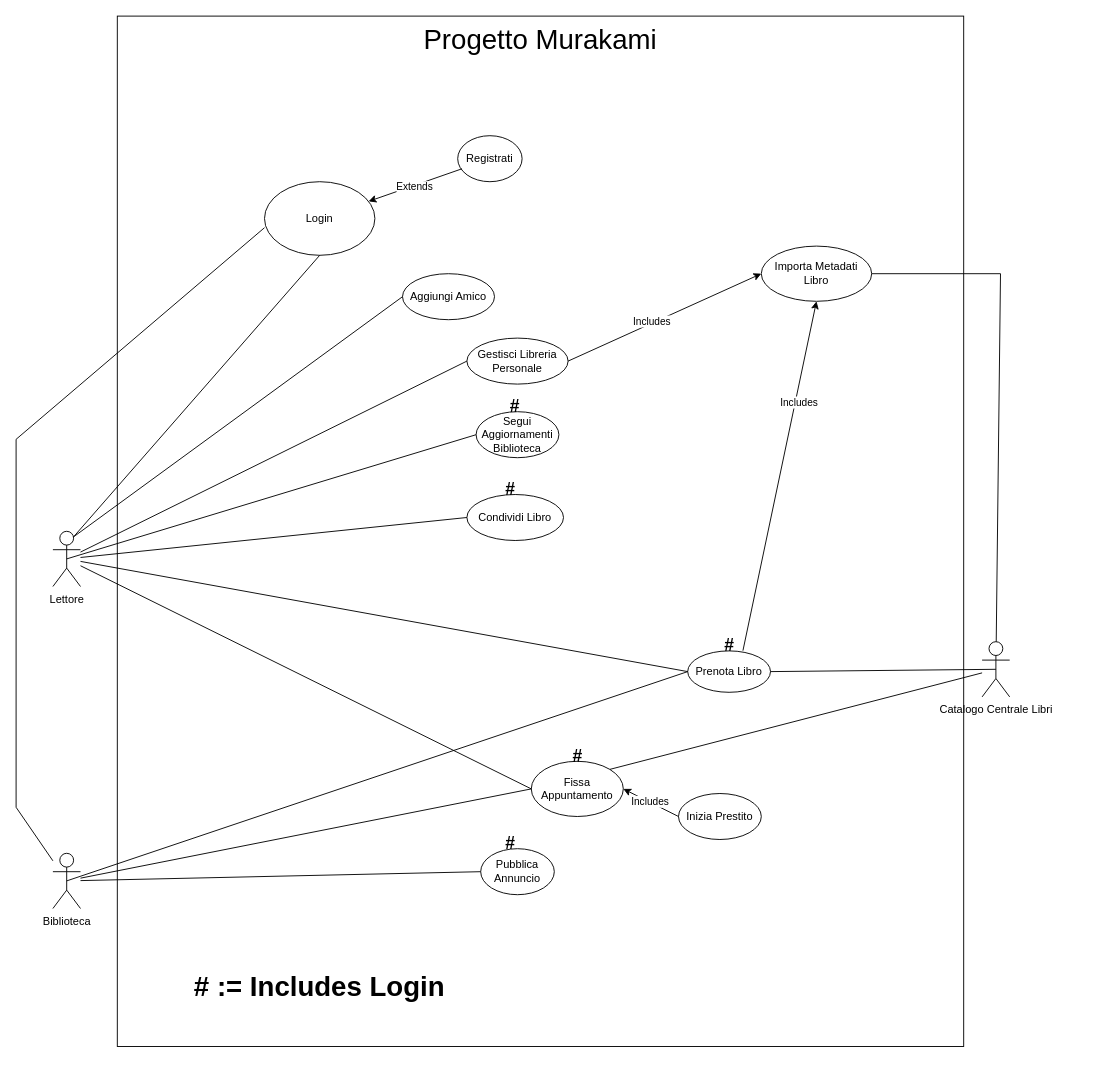
Tom-n7/progettoMurakami keeps this draw.io diagram as page "UC Diagram Attuale" (1 of 2) of Casi d'uso/Diagrammi/Diagramma casi d'uso.drawio. Above is the earlier version. Source tidied: cells renumbered, new cells numbered last; positions are measured from the earlier drawing's top-left corner, leaving out a move shared by most shapes. Both pictures are drawn from the tidied source at 92%, with x=0, y=0 at pixel (16, 16).
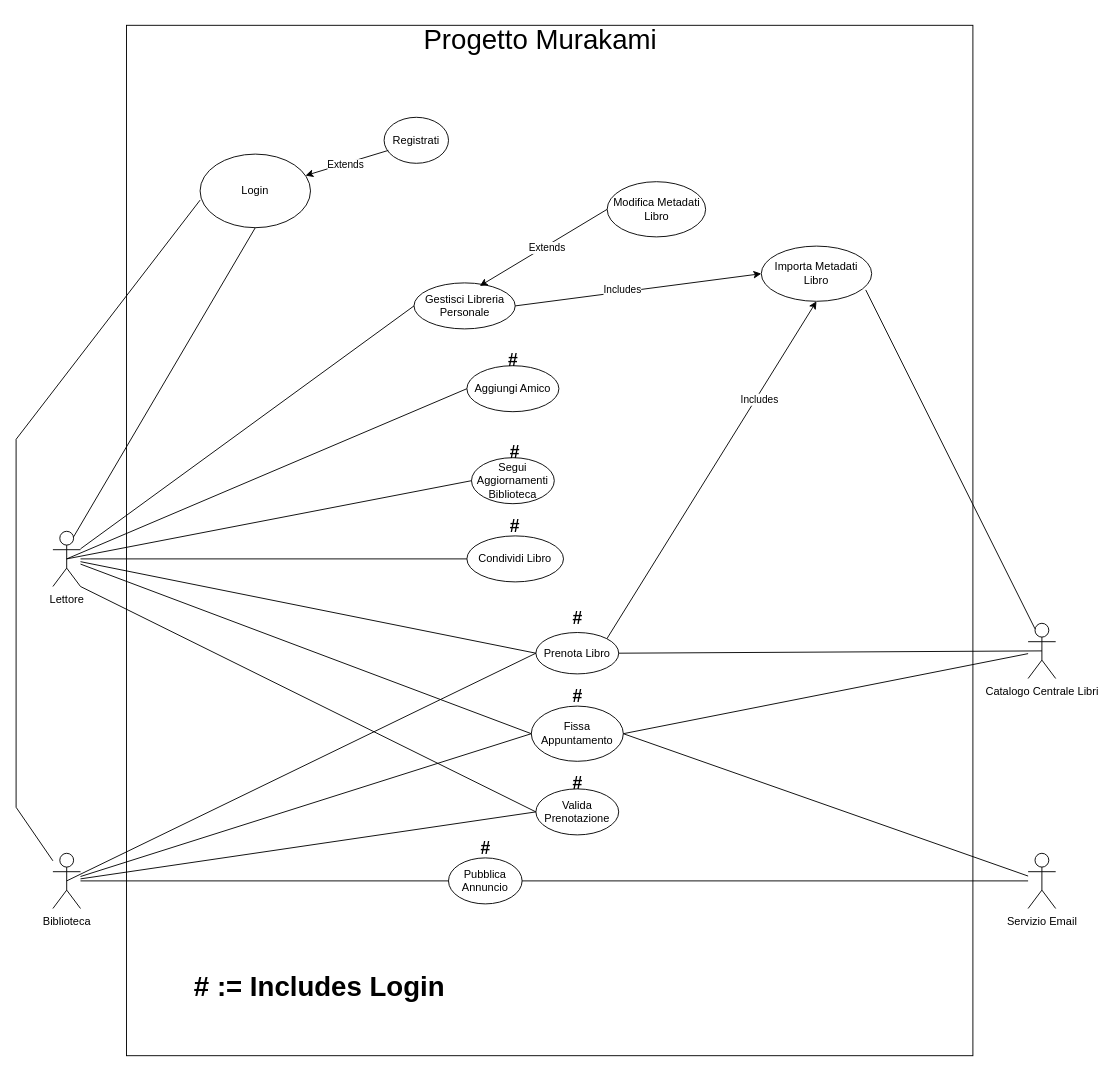
The same page after the edit.

The change refers to these unchanged cells:
```xml
<mxCell id="3" value="&lt;div&gt;Lettore&lt;/div&gt;&lt;div&gt;&lt;br&gt;&lt;/div&gt;" style="shape=umlActor;verticalLabelPosition=bottom;verticalAlign=top;html=1;outlineConnect=0;" parent="1" vertex="1">
  <mxGeometry x="40" y="560" width="30" height="60" as="geometry" />
</mxCell>
<mxCell id="5" value="Biblioteca" style="shape=umlActor;verticalLabelPosition=bottom;verticalAlign=top;html=1;outlineConnect=0;" parent="1" vertex="1">
  <mxGeometry x="40" y="910" width="30" height="60" as="geometry" />
</mxCell>
<mxCell id="13" value="Importa Metadati Libro" style="ellipse;whiteSpace=wrap;html=1;" parent="1" vertex="1">
  <mxGeometry x="810" y="250" width="120" height="60" as="geometry" />
</mxCell>
```

The edit, as a diff of the source:
```diff
@@
     <mxCell id="2" style="rounded=0;whiteSpace=wrap;html=1;" parent="1" vertex="1">
-      <mxGeometry x="110" width="920" height="1120" as="geometry" />
+      <mxGeometry x="120" y="10" width="920" height="1120" as="geometry" />
     </mxCell>
@@
     <mxCell id="4" value="Catalogo Centrale Libri" style="shape=umlActor;verticalLabelPosition=bottom;verticalAlign=top;html=1;outlineConnect=0;" parent="1" vertex="1">
-      <mxGeometry x="1050" y="680" width="30" height="60" as="geometry" />
+      <mxGeometry x="1100" y="660" width="30" height="60" as="geometry" />
     </mxCell>
@@
     <mxCell id="6" value="&lt;font&gt;Gestisci Libreria Personale&lt;/font&gt;" style="ellipse;whiteSpace=wrap;html=1;" parent="1" vertex="1">
-      <mxGeometry x="490" y="350" width="110" height="50" as="geometry" />
+      <mxGeometry x="432.5" y="290" width="110" height="50" as="geometry" />
     </mxCell>
@@
     <mxCell id="8" value="Segui Aggiornamenti Biblioteca" style="ellipse;whiteSpace=wrap;html=1;" parent="1" vertex="1">
-      <mxGeometry x="500" y="430" width="90" height="50" as="geometry" />
+      <mxGeometry x="495" y="480" width="90" height="50" as="geometry" />
     </mxCell>
@@
     <mxCell id="10" value="Condividi Libro" style="ellipse;whiteSpace=wrap;html=1;" parent="1" vertex="1">
-      <mxGeometry x="490" y="520" width="105" height="50" as="geometry" />
+      <mxGeometry x="490" y="565" width="105" height="50" as="geometry" />
     </mxCell>
@@
     <mxCell id="12" value="Aggiungi Amico" style="ellipse;whiteSpace=wrap;html=1;" parent="1" vertex="1">
-      <mxGeometry x="420" y="280" width="100" height="50" as="geometry" />
+      <mxGeometry x="490" y="380" width="100" height="50" as="geometry" />
     </mxCell>
@@
-    <mxCell id="14" style="endArrow=none;html=1;rounded=0;exitX=1;exitY=0.5;exitDx=0;exitDy=0;" parent="1" edge="1" source="13" target="4">
-      <mxGeometry relative="1" as="geometry">
-        <Array as="points">
-          <mxPoint x="1070" y="280" />
-        </Array>
-      </mxGeometry>
-    </mxCell>
     <mxCell id="15" value="Prenota Libro" style="ellipse;whiteSpace=wrap;html=1;" parent="1" vertex="1">
-      <mxGeometry x="730" y="690" width="90" height="45" as="geometry" />
+      <mxGeometry x="565" y="670" width="90" height="45" as="geometry" />
     </mxCell>
@@
     <mxCell id="18" value="Fissa Appuntamento" style="ellipse;whiteSpace=wrap;html=1;" parent="1" vertex="1">
-      <mxGeometry x="560" y="810" width="100" height="60" as="geometry" />
+      <mxGeometry x="560" y="750" width="100" height="60" as="geometry" />
     </mxCell>
-    <mxCell id="19" value="Inizia Prestito" style="ellipse;whiteSpace=wrap;html=1;" parent="1" vertex="1">
-      <mxGeometry x="720" y="845" width="90" height="50" as="geometry" />
+    <mxCell id="19" value="Valida Prenotazione" style="ellipse;whiteSpace=wrap;html=1;" parent="1" vertex="1">
+      <mxGeometry x="565" y="840" width="90" height="50" as="geometry" />
     </mxCell>
-    <mxCell id="20" style="endArrow=classic;html=1;rounded=0;exitX=0;exitY=0.5;exitDx=0;exitDy=0;entryX=1;entryY=0.5;entryDx=0;entryDy=0;" parent="1" edge="1" source="19" target="18">
-      <mxGeometry relative="1" as="geometry" />
-    </mxCell>
-    <mxCell id="21" value="Includes" style="edgeLabel;html=1;align=center;verticalAlign=middle;" parent="20" vertex="1">
-      <mxGeometry x="0.06" y="-1" relative="1" as="geometry" />
-    </mxCell>
     <mxCell id="22" value="Pubblica Annuncio" style="ellipse;whiteSpace=wrap;html=1;" parent="1" vertex="1">
-      <mxGeometry x="505" y="905" width="80" height="50" as="geometry" />
+      <mxGeometry x="470" y="915" width="80" height="50" as="geometry" />
     </mxCell>
@@
     <mxCell id="24" value="Login" style="ellipse;whiteSpace=wrap;html=1;" parent="1" vertex="1">
-      <mxGeometry x="270" y="180" width="120" height="80" as="geometry" />
+      <mxGeometry x="200" y="150" width="120" height="80" as="geometry" />
     </mxCell>
@@
     <mxCell id="27" value="Registrati" style="ellipse;whiteSpace=wrap;html=1;" parent="1" vertex="1">
-      <mxGeometry x="480" y="130" width="70" height="50" as="geometry" />
+      <mxGeometry x="400" y="110" width="70" height="50" as="geometry" />
     </mxCell>
@@
     <mxCell id="30" value="&lt;b&gt;&lt;font style=&quot;font-size: 19px;&quot;&gt;#&lt;/font&gt;&lt;/b&gt;" style="text;html=1;whiteSpace=wrap;strokeColor=none;fillColor=none;align=center;verticalAlign=middle;rounded=0;" parent="1" vertex="1">
-      <mxGeometry x="510" y="420" width="65" height="10" as="geometry" />
+      <mxGeometry x="510" y="470" width="65" height="10" as="geometry" />
     </mxCell>
     <mxCell id="31" value="&lt;b&gt;&lt;font style=&quot;font-size: 19px;&quot;&gt;#&lt;/font&gt;&lt;/b&gt;" style="text;html=1;whiteSpace=wrap;strokeColor=none;fillColor=none;align=center;verticalAlign=middle;rounded=0;" parent="1" vertex="1">
-      <mxGeometry x="505" y="510" width="65" height="10" as="geometry" />
+      <mxGeometry x="510" y="550" width="65" height="10" as="geometry" />
     </mxCell>
-    <mxCell id="32" value="&lt;b&gt;#&lt;/b&gt;" style="text;html=1;whiteSpace=wrap;strokeColor=none;fillColor=none;align=center;verticalAlign=middle;rounded=0;fontSize=19;" parent="1" vertex="1">
-      <mxGeometry x="742.5" y="680" width="65" height="10" as="geometry" />
-    </mxCell>
     <mxCell id="33" value="&lt;b&gt;#&lt;/b&gt;" style="text;html=1;whiteSpace=wrap;strokeColor=none;fillColor=none;align=center;verticalAlign=middle;rounded=0;fontSize=19;" parent="1" vertex="1">
-      <mxGeometry x="505" y="895" width="65" height="10" as="geometry" />
+      <mxGeometry x="477.5" y="900" width="65" height="10" as="geometry" />
     </mxCell>
@@
-    <mxCell id="36" style="endArrow=none;html=1;rounded=0;exitX=0.5;exitY=1;exitDx=0;exitDy=0;entryX=0.667;entryY=-0.005;entryDx=0;entryDy=0;entryPerimeter=0;startArrow=classic;startFill=1;endFill=0;" parent="1" edge="1" source="13" target="15">
-      <mxGeometry relative="1" as="geometry" />
-    </mxCell>
-    <mxCell id="37" value="Includes" style="edgeLabel;html=1;align=center;verticalAlign=middle;" parent="36" vertex="1">
-      <mxGeometry x="-0.43" y="3" relative="1" as="geometry" />
-    </mxCell>
@@
-    <mxCell id="42" style="endArrow=none;html=1;rounded=0;exitX=1;exitY=0;exitDx=0;exitDy=0;" parent="1" edge="1" source="18" target="4">
+    <mxCell id="42" style="endArrow=none;html=1;rounded=0;exitX=1;exitY=0.5;exitDx=0;exitDy=0;" parent="1" edge="1" source="18" target="4">
       <mxGeometry relative="1" as="geometry" />
     </mxCell>
     <mxCell id="43" value="&lt;b&gt;#&lt;/b&gt;" style="text;html=1;whiteSpace=wrap;strokeColor=none;fillColor=none;align=center;verticalAlign=middle;rounded=0;fontSize=19;" parent="1" vertex="1">
-      <mxGeometry x="577.5" y="800" width="65" height="10" as="geometry" />
+      <mxGeometry x="577.5" y="730" width="65" height="20" as="geometry" />
     </mxCell>
@@
-    <mxCell id="45" style="endArrow=none;html=1;rounded=0;exitX=0.75;exitY=0.1;exitDx=0;exitDy=0;exitPerimeter=0;entryX=0;entryY=0.5;entryDx=0;entryDy=0;" parent="1" edge="1" source="3" target="12">
+    <mxCell id="45" style="endArrow=none;html=1;rounded=0;exitX=0.5;exitY=0.5;exitDx=0;exitDy=0;exitPerimeter=0;entryX=0;entryY=0.5;entryDx=0;entryDy=0;" parent="1" edge="1" source="3" target="12">
       <mxGeometry relative="1" as="geometry" />
     </mxCell>
+    <mxCell id="46" style="endArrow=none;html=1;rounded=0;exitX=1;exitY=1;exitDx=0;exitDy=0;exitPerimeter=0;entryX=0;entryY=0.5;entryDx=0;entryDy=0;" parent="1" edge="1" source="3" target="19">
+      <mxGeometry relative="1" as="geometry" />
+    </mxCell>
+    <mxCell id="47" value="&lt;b&gt;#&lt;/b&gt;" style="text;html=1;whiteSpace=wrap;strokeColor=none;fillColor=none;align=center;verticalAlign=middle;rounded=0;fontSize=19;" parent="1" vertex="1">
+      <mxGeometry x="577.5" y="830" width="65" height="10" as="geometry" />
+    </mxCell>
+    <mxCell id="36" style="endArrow=none;html=1;rounded=0;exitX=0.5;exitY=1;exitDx=0;exitDy=0;entryX=1;entryY=0;entryDx=0;entryDy=0;startArrow=classic;startFill=1;endFill=0;" parent="1" edge="1" source="13" target="15">
+      <mxGeometry relative="1" as="geometry" />
+    </mxCell>
+    <mxCell id="48" value="Includes" style="edgeLabel;html=1;align=center;verticalAlign=middle;" parent="36" vertex="1">
+      <mxGeometry x="-0.43" y="3" relative="1" as="geometry" />
+    </mxCell>
+    <mxCell id="32" value="&lt;b&gt;#&lt;/b&gt;" style="text;html=1;whiteSpace=wrap;strokeColor=none;fillColor=none;align=center;verticalAlign=middle;rounded=0;fontSize=19;" parent="1" vertex="1">
+      <mxGeometry x="577.5" y="650" width="65" height="10" as="geometry" />
+    </mxCell>
+    <mxCell id="49" style="endArrow=classic;html=1;rounded=0;entryX=0.65;entryY=0.066;entryDx=0;entryDy=0;entryPerimeter=0;exitX=0;exitY=0.5;exitDx=0;exitDy=0;" parent="1" edge="1" source="51" target="6">
+      <mxGeometry relative="1" as="geometry" />
+    </mxCell>
+    <mxCell id="50" value="Extends" style="edgeLabel;html=1;align=center;verticalAlign=middle;" parent="49" vertex="1">
+      <mxGeometry x="-0.04" y="1" relative="1" as="geometry" />
+    </mxCell>
+    <mxCell id="51" value="Modifica Metadati Libro" style="ellipse;whiteSpace=wrap;html=1;" parent="1" vertex="1">
+      <mxGeometry x="642.5" y="180" width="107" height="60" as="geometry" />
+    </mxCell>
+    <mxCell id="52" value="Servizio Email" style="shape=umlActor;verticalLabelPosition=bottom;verticalAlign=top;html=1;outlineConnect=0;" parent="1" vertex="1">
+      <mxGeometry x="1100" y="910" width="30" height="60" as="geometry" />
+    </mxCell>
+    <mxCell id="53" style="endArrow=none;html=1;rounded=0;exitX=1;exitY=0.5;exitDx=0;exitDy=0;" parent="1" edge="1" source="22" target="52">
+      <mxGeometry relative="1" as="geometry" />
+    </mxCell>
+    <mxCell id="54" value="&lt;b&gt;&lt;font style=&quot;font-size: 19px;&quot;&gt;#&lt;/font&gt;&lt;/b&gt;" style="text;html=1;whiteSpace=wrap;strokeColor=none;fillColor=none;align=center;verticalAlign=middle;rounded=0;" parent="1" vertex="1">
+      <mxGeometry x="507.5" y="370" width="65" height="10" as="geometry" />
+    </mxCell>
+    <mxCell id="55" style="endArrow=none;html=1;rounded=0;entryX=0;entryY=0.5;entryDx=0;entryDy=0;" parent="1" edge="1" source="5" target="19">
+      <mxGeometry relative="1" as="geometry" />
+    </mxCell>
+    <mxCell id="56" style="endArrow=none;html=1;rounded=0;exitX=1;exitY=0.5;exitDx=0;exitDy=0;" parent="1" edge="1" source="18" target="52">
+      <mxGeometry relative="1" as="geometry" />
+    </mxCell>
+    <mxCell id="57" style="endArrow=none;html=1;rounded=0;exitX=0.25;exitY=0.1;exitDx=0;exitDy=0;exitPerimeter=0;entryX=0.946;entryY=0.794;entryDx=0;entryDy=0;entryPerimeter=0;" parent="1" edge="1" source="4" target="13">
+      <mxGeometry relative="1" as="geometry" />
+    </mxCell>
```
